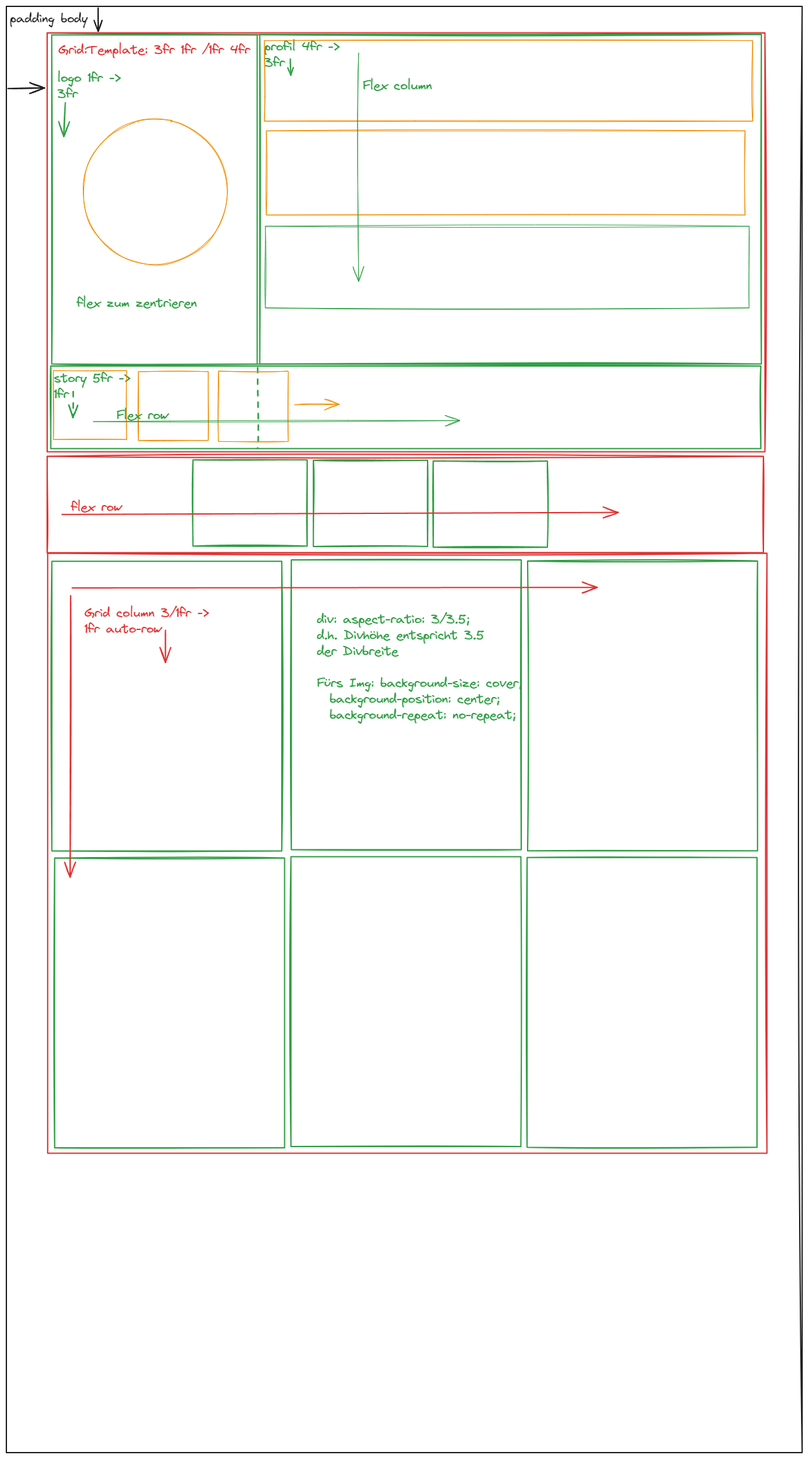
The Excalidraw diagram Layout-rework.png in ThomasDDDD/Insta-clone, before a commit. Source tidied: one line per element, renumbered; positions are measured from the earlier drawing's top-left corner, leaving out a move shared by most shapes.
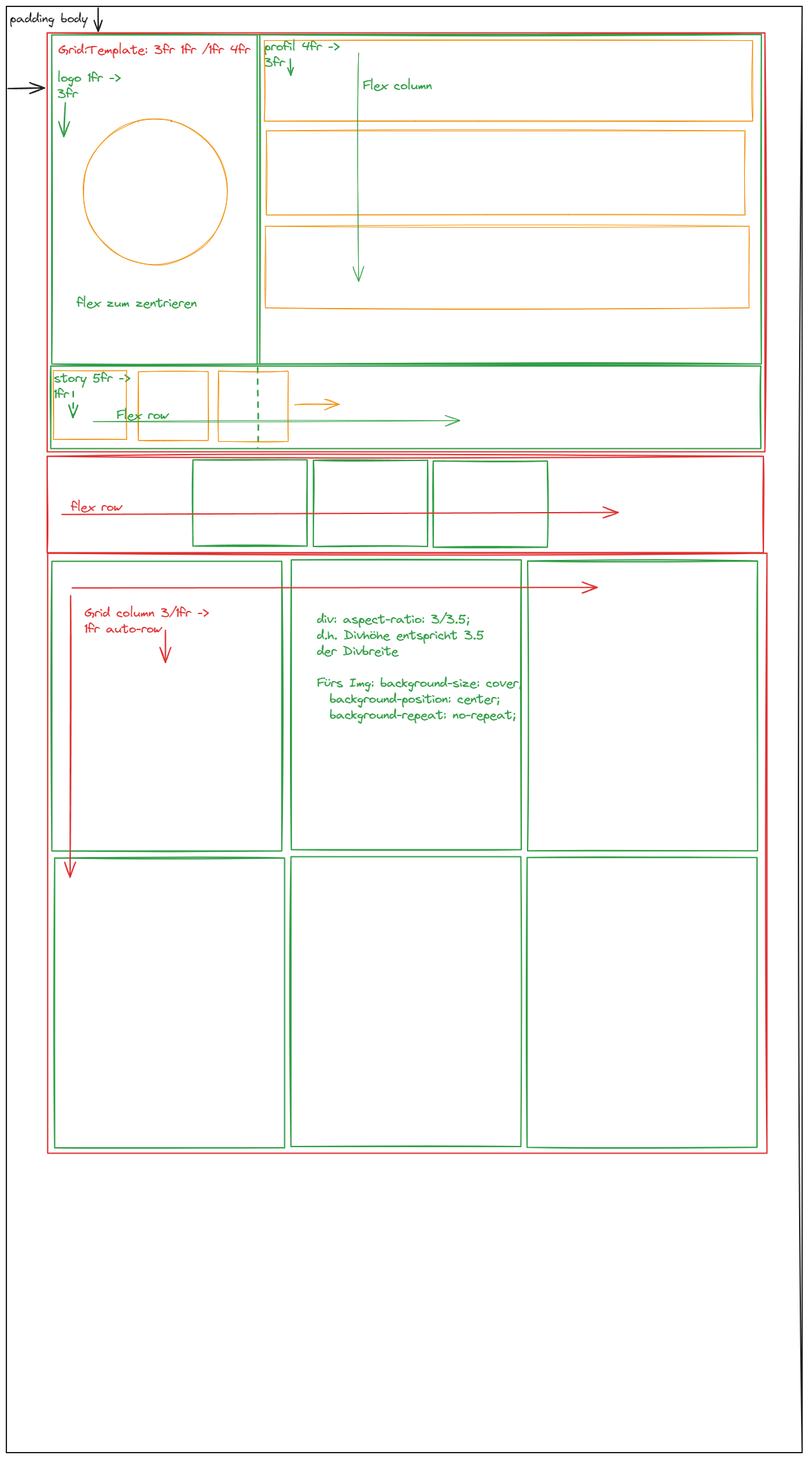
The same file after the commit.

The edit, as a diff of the source:
```diff
@@ -17,7 +17,7 @@
 {"id": 16, "type": "ellipse", "strokeColor": "#f08c00", "strokeWidth": 1, "roughness": 1, "x": 120, "y": 177, "width": 226, "height": 228}
 {"id": 17, "type": "rectangle", "strokeColor": "#f08c00", "strokeWidth": 1, "roughness": 1, "x": 405, "y": 54, "width": 766, "height": 126}
 {"id": 18, "type": "rectangle", "strokeColor": "#f08c00", "strokeWidth": 1, "roughness": 1, "x": 408, "y": 195, "width": 751, "height": 132}
-{"id": 19, "type": "rectangle", "strokeColor": "#2f9e44", "strokeWidth": 1, "roughness": 1, "x": 406, "y": 345, "width": 759, "height": 128}
+{"id": 19, "type": "rectangle", "strokeColor": "#f08c00", "strokeWidth": 1, "roughness": 1, "x": 406, "y": 345, "width": 759, "height": 128}
 {"id": 20, "type": "arrow", "strokeColor": "#2f9e44", "strokeWidth": 1, "roughness": 1, "endArrowhead": "arrow", "from": 17, "x": 553, "y": 73, "width": 0, "height": 358, "points": [[0, 0], [0, 358]]}
 {"id": 21, "type": "text", "text": "Flex column", "strokeColor": "#2f9e44", "strokeWidth": 1, "roughness": 1, "fontSize": 20, "fontFamily": 1, "x": 559, "y": 113, "width": 109, "height": 25}
 {"id": 22, "type": "arrow", "strokeColor": "#2f9e44", "strokeWidth": 1, "roughness": 1, "endArrowhead": "arrow", "x": 136, "y": 651, "width": 576, "height": 2, "points": [[0, 0], [576, -2]]}
```
